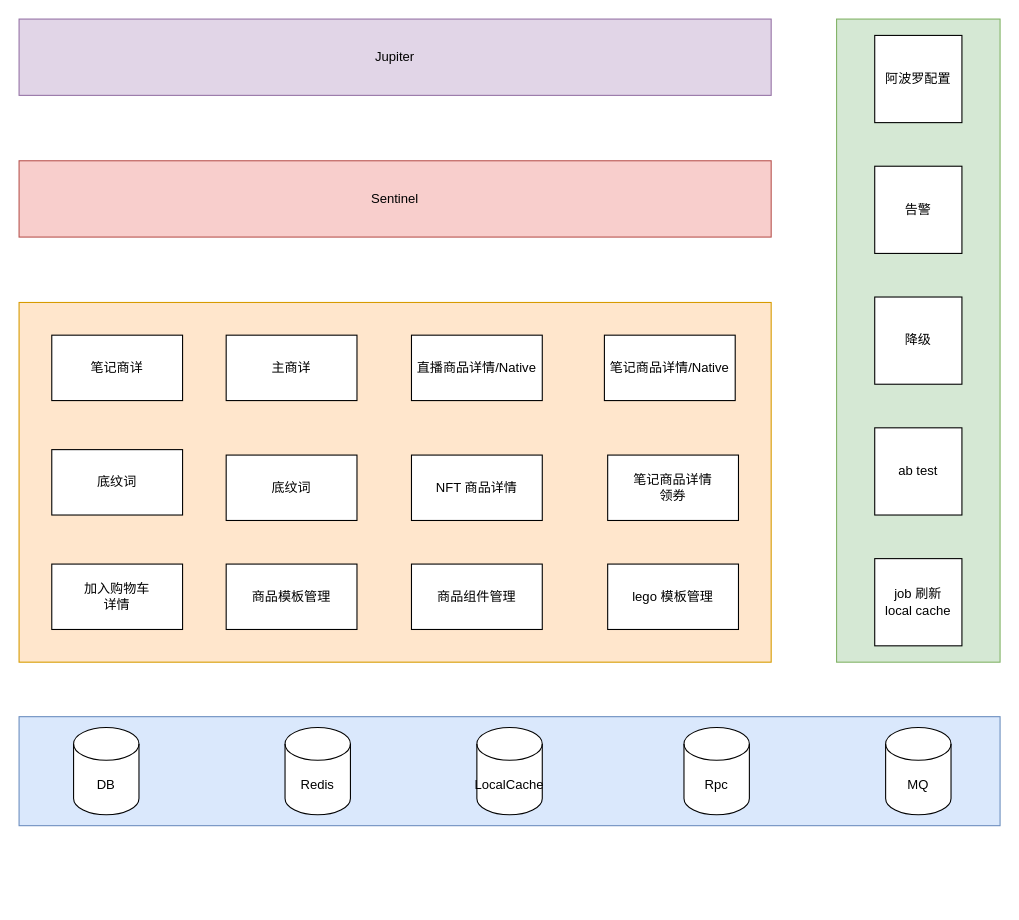
Above: 未命名绘图.drawio in Iheidashuai/testfork (draw.io), before the change. Source tidied: cells renumbered, new cells numbered last; positions are measured from the earlier drawing's top-left corner, leaving out a move shared by most shapes. Both pictures are drawn from the tidied source at 109%, with x=0, y=0 at pixel (19, 19).
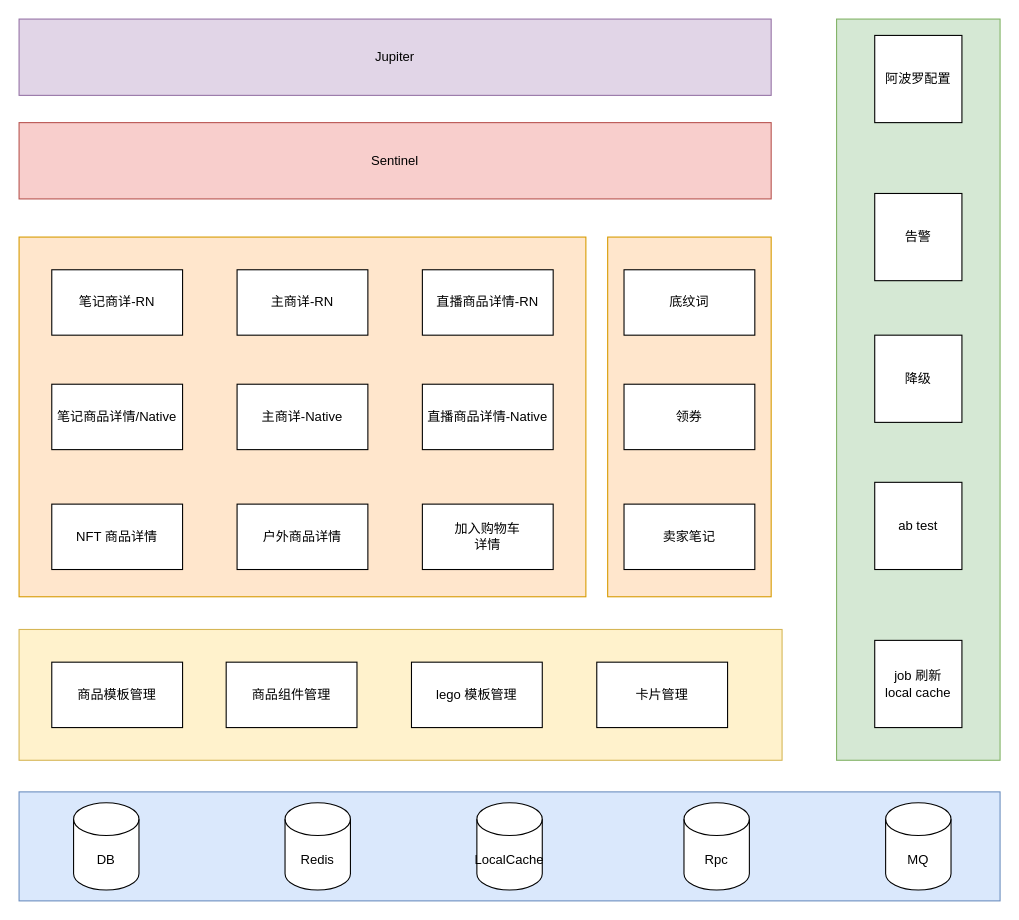
Above is the later version.

Commit message:
商详架构图.drawio

The edit, as a diff of the source:
```diff
@@
     <mxCell id="3" value="Sentinel" style="rounded=0;whiteSpace=wrap;html=1;fillColor=#f8cecc;strokeColor=#b85450;" parent="1" vertex="1">
-      <mxGeometry y="130" width="690" height="70" as="geometry" />
+      <mxGeometry y="95" width="690" height="70" as="geometry" />
     </mxCell>
     <mxCell id="4" style="rounded=0;whiteSpace=wrap;html=1;fillColor=#ffe6cc;strokeColor=#d79b00;" parent="1" vertex="1">
-      <mxGeometry y="260" width="690" height="330" as="geometry" />
+      <mxGeometry y="200" width="520" height="330" as="geometry" />
     </mxCell>
-    <mxCell id="5" value="笔记商详" style="rounded=0;whiteSpace=wrap;html=1;" parent="1" vertex="1">
-      <mxGeometry x="30" y="290" width="120" height="60" as="geometry" />
+    <mxCell id="5" value="笔记商详-RN" style="rounded=0;whiteSpace=wrap;html=1;" parent="1" vertex="1">
+      <mxGeometry x="30" y="230" width="120" height="60" as="geometry" />
     </mxCell>
-    <mxCell id="6" value="主商详" style="rounded=0;whiteSpace=wrap;html=1;" parent="1" vertex="1">
-      <mxGeometry x="190" y="290" width="120" height="60" as="geometry" />
+    <mxCell id="6" value="主商详-RN" style="rounded=0;whiteSpace=wrap;html=1;" parent="1" vertex="1">
+      <mxGeometry x="200" y="230" width="120" height="60" as="geometry" />
     </mxCell>
-    <mxCell id="7" value="直播商品详情/Native" style="rounded=0;whiteSpace=wrap;html=1;" parent="1" vertex="1">
-      <mxGeometry x="360" y="290" width="120" height="60" as="geometry" />
+    <mxCell id="7" value="直播商品详情-RN" style="rounded=0;whiteSpace=wrap;html=1;" parent="1" vertex="1">
+      <mxGeometry x="370" y="230" width="120" height="60" as="geometry" />
     </mxCell>
     <mxCell id="8" value="笔记商品详情/Native" style="rounded=0;whiteSpace=wrap;html=1;" parent="1" vertex="1">
-      <mxGeometry x="537" y="290" width="120" height="60" as="geometry" />
+      <mxGeometry x="30" y="335" width="120" height="60" as="geometry" />
     </mxCell>
-    <mxCell id="9" value="底纹词" style="rounded=0;whiteSpace=wrap;html=1;" parent="1" vertex="1">
-      <mxGeometry x="190" y="400" width="120" height="60" as="geometry" />
-    </mxCell>
-    <mxCell id="10" value="底纹词" style="rounded=0;whiteSpace=wrap;html=1;" parent="1" vertex="1">
-      <mxGeometry x="30" y="395" width="120" height="60" as="geometry" />
-    </mxCell>
-    <mxCell id="11" value="笔记商品详情&lt;br&gt;领券" style="rounded=0;whiteSpace=wrap;html=1;" parent="1" vertex="1">
-      <mxGeometry x="540" y="400" width="120" height="60" as="geometry" />
+    <mxCell id="11" value="户外商品详情" style="rounded=0;whiteSpace=wrap;html=1;" parent="1" vertex="1">
+      <mxGeometry x="200" y="445" width="120" height="60" as="geometry" />
     </mxCell>
     <mxCell id="12" value="加入购物车&lt;br&gt;详情" style="rounded=0;whiteSpace=wrap;html=1;" parent="1" vertex="1">
-      <mxGeometry x="30" y="500" width="120" height="60" as="geometry" />
+      <mxGeometry x="370" y="445" width="120" height="60" as="geometry" />
     </mxCell>
     <mxCell id="13" value="NFT 商品详情" style="rounded=0;whiteSpace=wrap;html=1;" parent="1" vertex="1">
-      <mxGeometry x="360" y="400" width="120" height="60" as="geometry" />
+      <mxGeometry x="30" y="445" width="120" height="60" as="geometry" />
     </mxCell>
-    <mxCell id="14" value="商品模板管理" style="rounded=0;whiteSpace=wrap;html=1;" parent="1" vertex="1">
-      <mxGeometry x="190" y="500" width="120" height="60" as="geometry" />
-    </mxCell>
-    <mxCell id="15" value="商品组件管理" style="rounded=0;whiteSpace=wrap;html=1;" parent="1" vertex="1">
-      <mxGeometry x="360" y="500" width="120" height="60" as="geometry" />
-    </mxCell>
-    <mxCell id="16" value="lego 模板管理" style="rounded=0;whiteSpace=wrap;html=1;" parent="1" vertex="1">
-      <mxGeometry x="540" y="500" width="120" height="60" as="geometry" />
-    </mxCell>
     <mxCell id="17" style="rounded=0;whiteSpace=wrap;html=1;fillColor=#dae8fc;strokeColor=#6c8ebf;" parent="1" vertex="1">
-      <mxGeometry y="640" width="900" height="100" as="geometry" />
+      <mxGeometry y="709" width="900" height="100" as="geometry" />
     </mxCell>
     <mxCell id="18" value="DB" style="shape=cylinder3;whiteSpace=wrap;html=1;boundedLbl=1;backgroundOutline=1;size=15;" parent="1" vertex="1">
-      <mxGeometry x="50" y="650" width="60" height="80" as="geometry" />
+      <mxGeometry x="50" y="719" width="60" height="80" as="geometry" />
     </mxCell>
     <mxCell id="19" value="Redis" style="shape=cylinder3;whiteSpace=wrap;html=1;boundedLbl=1;backgroundOutline=1;size=15;" parent="1" vertex="1">
-      <mxGeometry x="244" y="650" width="60" height="80" as="geometry" />
+      <mxGeometry x="244" y="719" width="60" height="80" as="geometry" />
     </mxCell>
     <mxCell id="20" value="LocalCache" style="shape=cylinder3;whiteSpace=wrap;html=1;boundedLbl=1;backgroundOutline=1;size=15;" parent="1" vertex="1">
-      <mxGeometry x="420" y="650" width="60" height="80" as="geometry" />
+      <mxGeometry x="420" y="719" width="60" height="80" as="geometry" />
     </mxCell>
     <mxCell id="21" value="Rpc" style="shape=cylinder3;whiteSpace=wrap;html=1;boundedLbl=1;backgroundOutline=1;size=15;" parent="1" vertex="1">
-      <mxGeometry x="610" y="650" width="60" height="80" as="geometry" />
+      <mxGeometry x="610" y="719" width="60" height="80" as="geometry" />
     </mxCell>
     <mxCell id="22" style="rounded=0;whiteSpace=wrap;html=1;fillColor=#d5e8d4;strokeColor=#82b366;" parent="1" vertex="1">
-      <mxGeometry x="750" width="150" height="590" as="geometry" />
+      <mxGeometry x="750" width="150" height="680" as="geometry" />
     </mxCell>
@@
     <mxCell id="24" value="告警" style="whiteSpace=wrap;html=1;" parent="1" vertex="1">
-      <mxGeometry x="785" y="135" width="80" height="80" as="geometry" />
+      <mxGeometry x="785" y="160" width="80" height="80" as="geometry" />
     </mxCell>
     <mxCell id="25" value="MQ" style="shape=cylinder3;whiteSpace=wrap;html=1;boundedLbl=1;backgroundOutline=1;size=15;" parent="1" vertex="1">
-      <mxGeometry x="795" y="650" width="60" height="80" as="geometry" />
+      <mxGeometry x="795" y="719" width="60" height="80" as="geometry" />
     </mxCell>
     <mxCell id="26" value="降级" style="whiteSpace=wrap;html=1;" parent="1" vertex="1">
-      <mxGeometry x="785" y="255" width="80" height="80" as="geometry" />
+      <mxGeometry x="785" y="290" width="80" height="80" as="geometry" />
     </mxCell>
     <mxCell id="27" value="ab test" style="whiteSpace=wrap;html=1;" parent="1" vertex="1">
-      <mxGeometry x="785" y="375" width="80" height="80" as="geometry" />
+      <mxGeometry x="785" y="425" width="80" height="80" as="geometry" />
     </mxCell>
     <mxCell id="28" value="job 刷新&lt;br&gt;local cache" style="whiteSpace=wrap;html=1;" parent="1" vertex="1">
-      <mxGeometry x="785" y="495" width="80" height="80" as="geometry" />
+      <mxGeometry x="785" y="570" width="80" height="80" as="geometry" />
     </mxCell>
+    <mxCell id="29" style="rounded=0;whiteSpace=wrap;html=1;fillColor=#fff2cc;strokeColor=#d6b656;" parent="1" vertex="1">
+      <mxGeometry y="560" width="700" height="120" as="geometry" />
+    </mxCell>
+    <mxCell id="14" value="商品模板管理" style="rounded=0;whiteSpace=wrap;html=1;" parent="1" vertex="1">
+      <mxGeometry x="30" y="590" width="120" height="60" as="geometry" />
+    </mxCell>
+    <mxCell id="15" value="商品组件管理" style="rounded=0;whiteSpace=wrap;html=1;" parent="1" vertex="1">
+      <mxGeometry x="190" y="590" width="120" height="60" as="geometry" />
+    </mxCell>
+    <mxCell id="16" value="lego 模板管理" style="rounded=0;whiteSpace=wrap;html=1;" parent="1" vertex="1">
+      <mxGeometry x="360" y="590" width="120" height="60" as="geometry" />
+    </mxCell>
+    <mxCell id="30" value="卡片管理" style="rounded=0;whiteSpace=wrap;html=1;" parent="1" vertex="1">
+      <mxGeometry x="530" y="590" width="120" height="60" as="geometry" />
+    </mxCell>
+    <mxCell id="31" value="直播商品详情-Native" style="rounded=0;whiteSpace=wrap;html=1;" parent="1" vertex="1">
+      <mxGeometry x="370" y="335" width="120" height="60" as="geometry" />
+    </mxCell>
+    <mxCell id="32" value="主商详-Native" style="rounded=0;whiteSpace=wrap;html=1;" parent="1" vertex="1">
+      <mxGeometry x="200" y="335" width="120" height="60" as="geometry" />
+    </mxCell>
+    <mxCell id="33" style="rounded=0;whiteSpace=wrap;html=1;fillColor=#ffe6cc;strokeColor=#d79b00;" parent="1" vertex="1">
+      <mxGeometry x="540" y="200" width="150" height="330" as="geometry" />
+    </mxCell>
+    <mxCell id="10" value="底纹词" style="rounded=0;whiteSpace=wrap;html=1;" parent="1" vertex="1">
+      <mxGeometry x="555" y="230" width="120" height="60" as="geometry" />
+    </mxCell>
+    <mxCell id="34" value="领券" style="rounded=0;whiteSpace=wrap;html=1;" parent="1" vertex="1">
+      <mxGeometry x="555" y="335" width="120" height="60" as="geometry" />
+    </mxCell>
+    <mxCell id="35" value="卖家笔记" style="rounded=0;whiteSpace=wrap;html=1;" parent="1" vertex="1">
+      <mxGeometry x="555" y="445" width="120" height="60" as="geometry" />
+    </mxCell>
```
